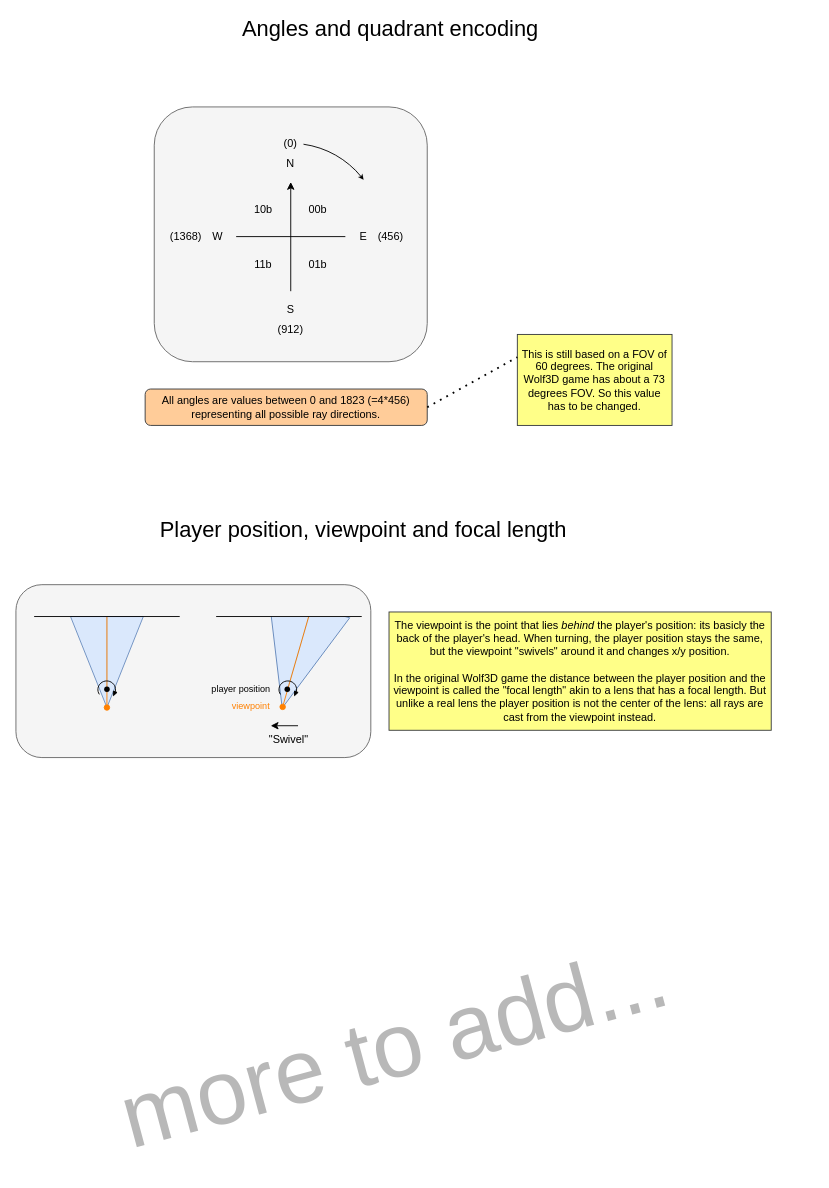
Earlier version of the draw.io diagram page "Definitions" (1 of 3) of docs/Wolf3D-Demo.drawio (visual-trials/Wolf3D-X16-Demo). Source tidied: cells renumbered, new cells numbered last; positions are measured from the earlier drawing's top-left corner, leaving out a move shared by most shapes. Both pictures are drawn from the tidied source at 91%, with x=0, y=0 at pixel (15, 15).
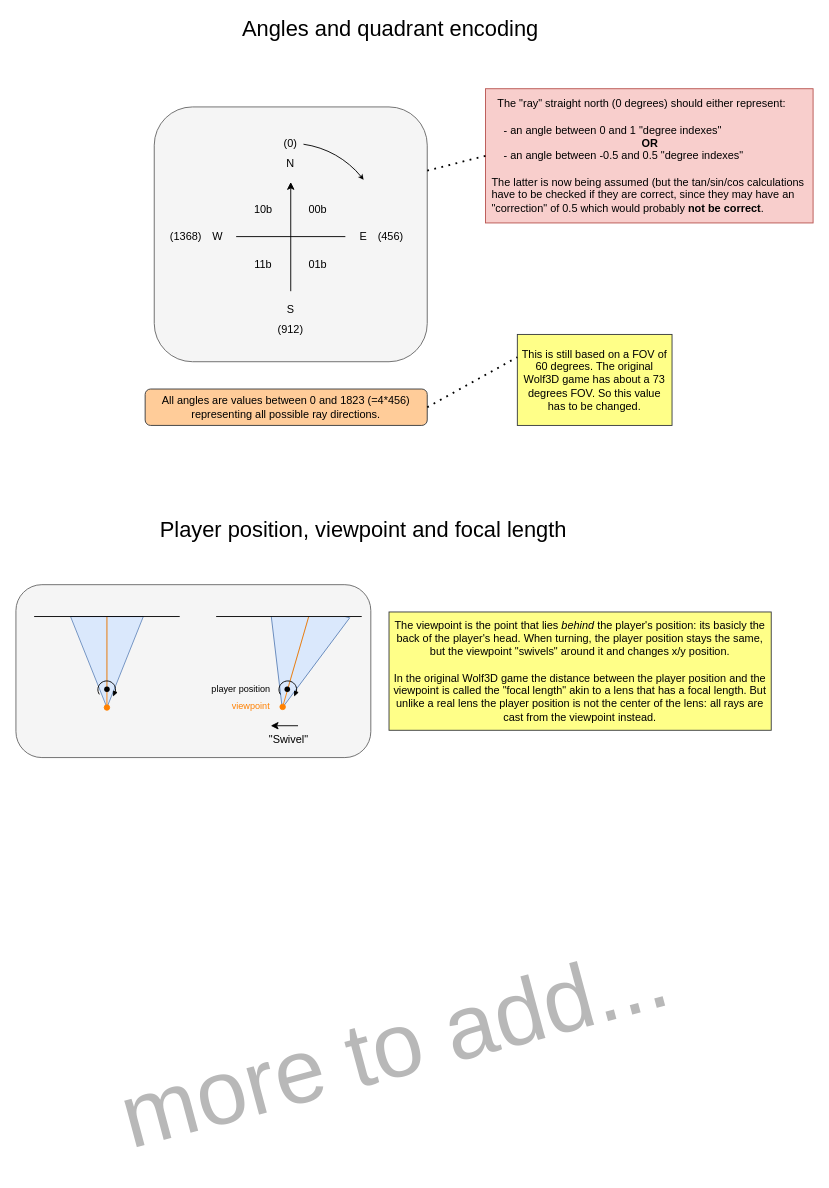
The same diagram, later.

The change refers to these unchanged cells:
```xml
<mxCell id="7" style="rounded=1;whiteSpace=wrap;html=1;fillColor=#f5f5f5;strokeColor=#666666;fontColor=#333333;" parent="1" vertex="1">
  <mxGeometry x="152" y="100" width="300" height="280" as="geometry" />
</mxCell>
```

Diff of the diagram source:
```diff
@@
+    <mxCell id="42" value="&amp;nbsp; The &quot;ray&quot; straight north (0 degrees) should either represent:&lt;br&gt;&lt;br&gt;&amp;nbsp; &amp;nbsp; - an angle between 0 and 1 &quot;degree indexes&quot;&lt;br&gt;&lt;div style=&quot;text-align: center;&quot;&gt;&lt;b style=&quot;background-color: initial;&quot;&gt;OR&lt;/b&gt;&lt;/div&gt;&amp;nbsp; &amp;nbsp; - an angle between -0.5 and 0.5 &quot;degree indexes&quot;&lt;br&gt;&lt;br&gt;The latter is now being assumed (but the tan/sin/cos calculations have to be checked if they are correct, since they may have an &quot;correction&quot; of 0.5 which would probably &lt;b&gt;not be correct&lt;/b&gt;." style="rounded=0;whiteSpace=wrap;html=1;fillColor=#f8cecc;strokeColor=#b85450;align=left;spacing=7;" parent="1" vertex="1">
+      <mxGeometry x="516" y="80" width="360" height="147.5" as="geometry" />
+    </mxCell>
+    <mxCell id="43" style="endArrow=none;dashed=1;html=1;dashPattern=1 3;strokeWidth=2;rounded=0;exitX=1;exitY=0.25;exitDx=0;exitDy=0;entryX=0;entryY=0.5;entryDx=0;entryDy=0;" parent="1" edge="1" source="7" target="42">
+      <mxGeometry relative="1" as="geometry" />
+    </mxCell>
```
